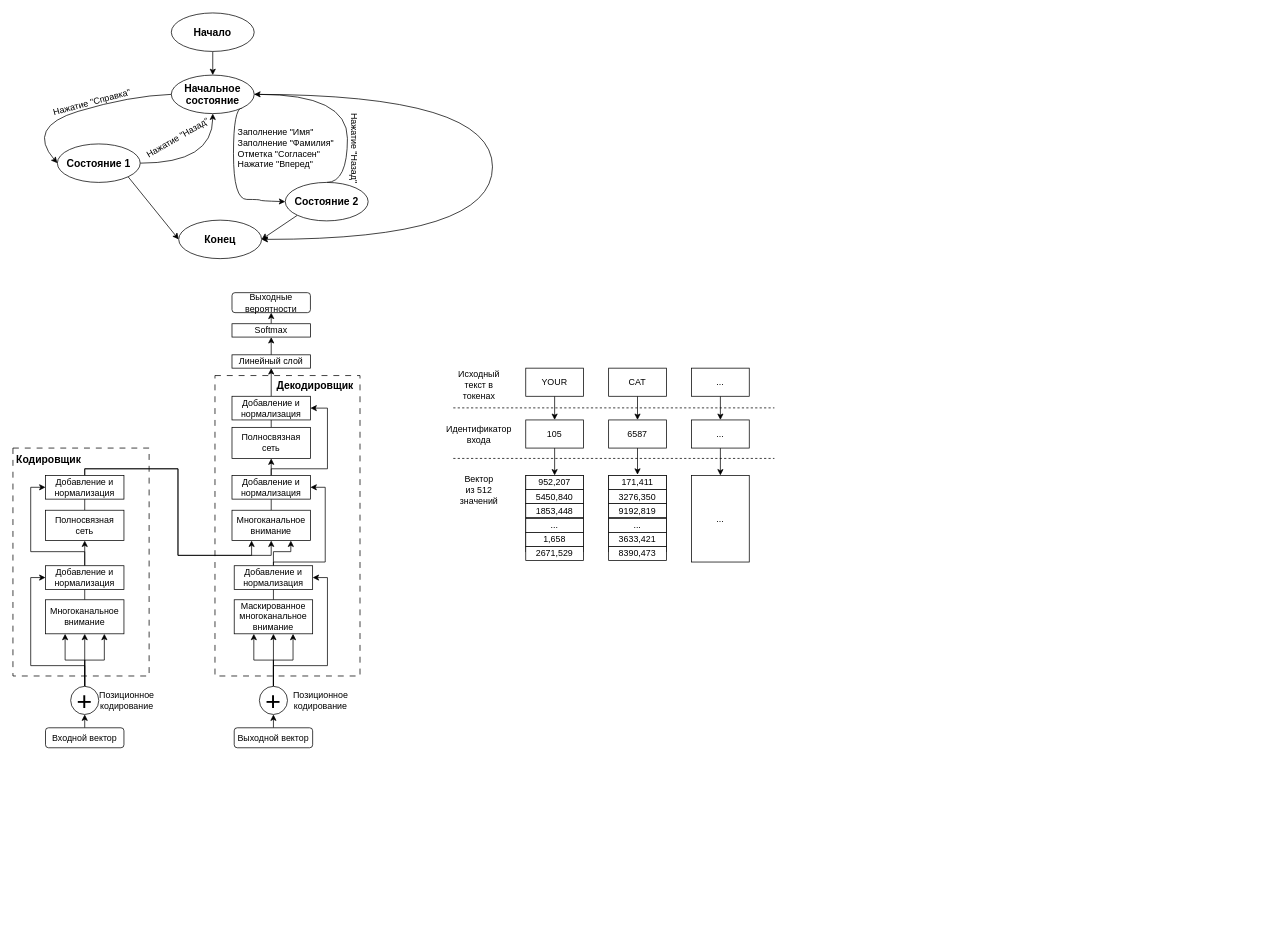
The draw.io diagram page "Page-1" (1 of 4) of Диаграмма без названия.drawio in Djuckman/Compilers2, before the edit. Source tidied: cells renumbered, new cells numbered last; positions are measured from the earlier drawing's top-left corner, leaving out a move shared by most shapes. Both pictures are drawn from the tidied source at 74%, with x=0, y=0 at pixel (13, 13).
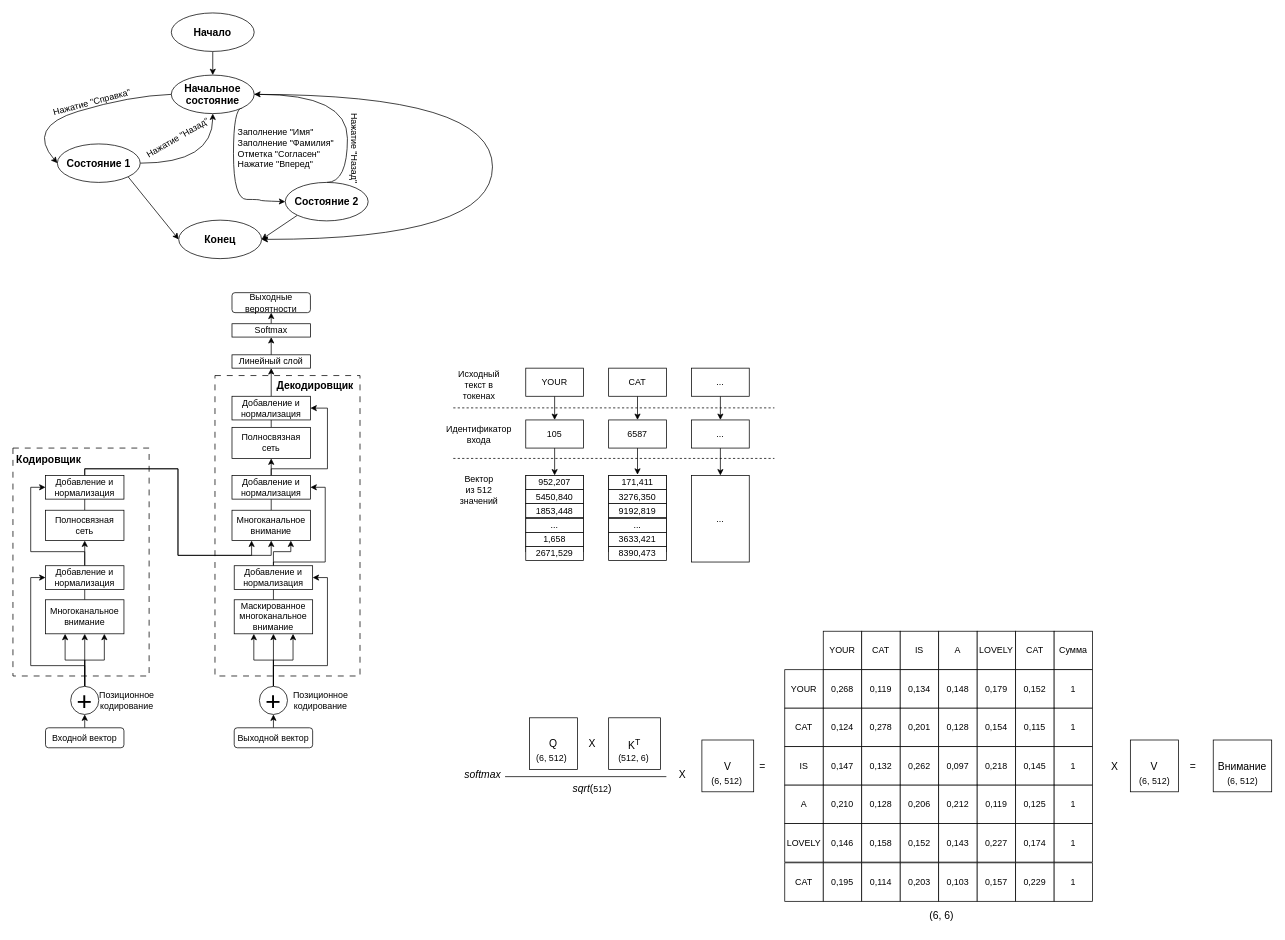
The same page after the edit.

Change to the diagram source:
```diff
@@
+    <mxCell id="102" value="&lt;font style=&quot;font-size: 14px;&quot;&gt;Q&lt;/font&gt;" style="rounded=0;whiteSpace=wrap;html=1;" parent="1" vertex="1">
+      <mxGeometry x="698" y="952.5" width="65" height="70" as="geometry" />
+    </mxCell>
+    <mxCell id="103" value="&lt;font style=&quot;font-size: 14px;&quot;&gt;K&lt;sup&gt;T&lt;/sup&gt;&lt;/font&gt;" style="rounded=0;whiteSpace=wrap;html=1;" parent="1" vertex="1">
+      <mxGeometry x="805" y="952.5" width="70" height="70" as="geometry" />
+    </mxCell>
+    <mxCell id="104" value="&lt;i&gt;&lt;font style=&quot;font-size: 14px;&quot;&gt;softmax&lt;/font&gt;&lt;/i&gt;" style="text;html=1;align=center;verticalAlign=middle;whiteSpace=wrap;rounded=0;" parent="1" vertex="1">
+      <mxGeometry x="605" y="1013.5" width="60" height="30" as="geometry" />
+    </mxCell>
+    <mxCell id="105" style="endArrow=none;html=1;rounded=0;" parent="1" edge="1">
+      <mxGeometry relative="1" as="geometry">
+        <mxPoint x="665" y="1032" as="sourcePoint" />
+        <mxPoint x="883" y="1032" as="targetPoint" />
+      </mxGeometry>
+    </mxCell>
+    <mxCell id="106" value="&lt;font style=&quot;font-size: 12px;&quot;&gt;(6, 512)&lt;/font&gt;" style="text;html=1;align=center;verticalAlign=middle;whiteSpace=wrap;rounded=0;" parent="1" vertex="1">
+      <mxGeometry x="698" y="992.5" width="60" height="30" as="geometry" />
+    </mxCell>
+    <mxCell id="107" value="&lt;font style=&quot;font-size: 12px;&quot;&gt;(512, 6)&lt;/font&gt;" style="text;html=1;align=center;verticalAlign=middle;whiteSpace=wrap;rounded=0;" parent="1" vertex="1">
+      <mxGeometry x="809" y="992.5" width="60" height="30" as="geometry" />
+    </mxCell>
+    <mxCell id="108" value="&lt;font style=&quot;font-size: 14px;&quot;&gt;X&lt;/font&gt;" style="text;html=1;align=center;verticalAlign=middle;whiteSpace=wrap;rounded=0;" parent="1" vertex="1">
+      <mxGeometry x="753" y="973" width="60" height="30" as="geometry" />
+    </mxCell>
+    <mxCell id="109" value="&lt;font style=&quot;font-size: 14px;&quot;&gt;&lt;i&gt;sqrt&lt;/i&gt;(&lt;span style=&quot;font-size: 12px;&quot;&gt;512&lt;/span&gt;)&lt;/font&gt;" style="text;html=1;align=center;verticalAlign=middle;whiteSpace=wrap;rounded=0;" parent="1" vertex="1">
+      <mxGeometry x="753" y="1033" width="60" height="30" as="geometry" />
+    </mxCell>
+    <mxCell id="110" value="&lt;font style=&quot;font-size: 14px;&quot;&gt;=&lt;/font&gt;" style="text;html=1;align=center;verticalAlign=middle;whiteSpace=wrap;rounded=0;" parent="1" vertex="1">
+      <mxGeometry x="983" y="1003" width="60" height="30" as="geometry" />
+    </mxCell>
+    <mxCell id="111" value="YOUR" style="whiteSpace=wrap;html=1;" parent="1" vertex="1">
+      <mxGeometry x="1095" y="835.5" width="52" height="52" as="geometry" />
+    </mxCell>
+    <mxCell id="112" value="CAT" style="whiteSpace=wrap;html=1;" parent="1" vertex="1">
+      <mxGeometry x="1147" y="835.5" width="52" height="52" as="geometry" />
+    </mxCell>
+    <mxCell id="113" value="IS" style="whiteSpace=wrap;html=1;" parent="1" vertex="1">
+      <mxGeometry x="1199" y="835.5" width="52" height="52" as="geometry" />
+    </mxCell>
+    <mxCell id="114" value="A" style="whiteSpace=wrap;html=1;" parent="1" vertex="1">
+      <mxGeometry x="1251" y="835.5" width="52" height="52" as="geometry" />
+    </mxCell>
+    <mxCell id="115" value="LOVELY" style="whiteSpace=wrap;html=1;" parent="1" vertex="1">
+      <mxGeometry x="1303" y="835.5" width="52" height="52" as="geometry" />
+    </mxCell>
+    <mxCell id="116" value="CAT" style="whiteSpace=wrap;html=1;" parent="1" vertex="1">
+      <mxGeometry x="1355" y="835.5" width="52" height="52" as="geometry" />
+    </mxCell>
+    <mxCell id="117" value="Сумма" style="whiteSpace=wrap;html=1;" parent="1" vertex="1">
+      <mxGeometry x="1407" y="835.5" width="52" height="52" as="geometry" />
+    </mxCell>
+    <mxCell id="118" value="YOUR" style="whiteSpace=wrap;html=1;" parent="1" vertex="1">
+      <mxGeometry x="1043" y="887.5" width="52" height="52" as="geometry" />
+    </mxCell>
+    <mxCell id="119" value="0,268" style="whiteSpace=wrap;html=1;" parent="1" vertex="1">
+      <mxGeometry x="1095" y="887.5" width="52" height="52" as="geometry" />
+    </mxCell>
+    <mxCell id="120" value="0,119" style="whiteSpace=wrap;html=1;" parent="1" vertex="1">
+      <mxGeometry x="1147" y="887.5" width="52" height="52" as="geometry" />
+    </mxCell>
+    <mxCell id="121" value="0,134" style="whiteSpace=wrap;html=1;" parent="1" vertex="1">
+      <mxGeometry x="1199" y="887.5" width="52" height="52" as="geometry" />
+    </mxCell>
+    <mxCell id="122" value="0,148" style="whiteSpace=wrap;html=1;" parent="1" vertex="1">
+      <mxGeometry x="1251" y="887.5" width="52" height="52" as="geometry" />
+    </mxCell>
+    <mxCell id="123" value="0,179" style="whiteSpace=wrap;html=1;" parent="1" vertex="1">
+      <mxGeometry x="1303" y="887.5" width="52" height="52" as="geometry" />
+    </mxCell>
+    <mxCell id="124" value="0,152" style="whiteSpace=wrap;html=1;" parent="1" vertex="1">
+      <mxGeometry x="1355" y="887.5" width="52" height="52" as="geometry" />
+    </mxCell>
+    <mxCell id="125" value="1" style="whiteSpace=wrap;html=1;" parent="1" vertex="1">
+      <mxGeometry x="1407" y="887.5" width="52" height="52" as="geometry" />
+    </mxCell>
+    <mxCell id="126" value="CAT" style="whiteSpace=wrap;html=1;" parent="1" vertex="1">
+      <mxGeometry x="1043" y="939.5" width="52" height="52" as="geometry" />
+    </mxCell>
+    <mxCell id="127" value="0,124" style="whiteSpace=wrap;html=1;" parent="1" vertex="1">
+      <mxGeometry x="1095" y="939.5" width="52" height="52" as="geometry" />
+    </mxCell>
+    <mxCell id="128" value="0,278" style="whiteSpace=wrap;html=1;" parent="1" vertex="1">
+      <mxGeometry x="1147" y="939.5" width="52" height="52" as="geometry" />
+    </mxCell>
+    <mxCell id="129" value="0,201" style="whiteSpace=wrap;html=1;" parent="1" vertex="1">
+      <mxGeometry x="1199" y="939.5" width="52" height="52" as="geometry" />
+    </mxCell>
+    <mxCell id="130" value="0,128" style="whiteSpace=wrap;html=1;" parent="1" vertex="1">
+      <mxGeometry x="1251" y="939.5" width="52" height="52" as="geometry" />
+    </mxCell>
+    <mxCell id="131" value="0,154" style="whiteSpace=wrap;html=1;" parent="1" vertex="1">
+      <mxGeometry x="1303" y="939.5" width="52" height="52" as="geometry" />
+    </mxCell>
+    <mxCell id="132" value="0,115" style="whiteSpace=wrap;html=1;" parent="1" vertex="1">
+      <mxGeometry x="1355" y="939.5" width="52" height="52" as="geometry" />
+    </mxCell>
+    <mxCell id="133" value="1" style="whiteSpace=wrap;html=1;" parent="1" vertex="1">
+      <mxGeometry x="1407" y="939.5" width="52" height="52" as="geometry" />
+    </mxCell>
+    <mxCell id="134" value="IS" style="whiteSpace=wrap;html=1;" parent="1" vertex="1">
+      <mxGeometry x="1043" y="991.5" width="52" height="52" as="geometry" />
+    </mxCell>
+    <mxCell id="135" value="0,147" style="whiteSpace=wrap;html=1;" parent="1" vertex="1">
+      <mxGeometry x="1095" y="991.5" width="52" height="52" as="geometry" />
+    </mxCell>
+    <mxCell id="136" value="0,132" style="whiteSpace=wrap;html=1;" parent="1" vertex="1">
+      <mxGeometry x="1147" y="991.5" width="52" height="52" as="geometry" />
+    </mxCell>
+    <mxCell id="137" value="0,262" style="whiteSpace=wrap;html=1;" parent="1" vertex="1">
+      <mxGeometry x="1199" y="991.5" width="52" height="52" as="geometry" />
+    </mxCell>
+    <mxCell id="138" value="0,097" style="whiteSpace=wrap;html=1;" parent="1" vertex="1">
+      <mxGeometry x="1251" y="991.5" width="52" height="52" as="geometry" />
+    </mxCell>
+    <mxCell id="139" value="0,218" style="whiteSpace=wrap;html=1;" parent="1" vertex="1">
+      <mxGeometry x="1303" y="991.5" width="52" height="52" as="geometry" />
+    </mxCell>
+    <mxCell id="140" value="0,145" style="whiteSpace=wrap;html=1;" parent="1" vertex="1">
+      <mxGeometry x="1355" y="991.5" width="52" height="52" as="geometry" />
+    </mxCell>
+    <mxCell id="141" value="1" style="whiteSpace=wrap;html=1;" parent="1" vertex="1">
+      <mxGeometry x="1407" y="991.5" width="52" height="52" as="geometry" />
+    </mxCell>
+    <mxCell id="142" value="A" style="whiteSpace=wrap;html=1;" parent="1" vertex="1">
+      <mxGeometry x="1043" y="1043.5" width="52" height="52" as="geometry" />
+    </mxCell>
+    <mxCell id="143" value="0,210" style="whiteSpace=wrap;html=1;" parent="1" vertex="1">
+      <mxGeometry x="1095" y="1043.5" width="52" height="52" as="geometry" />
+    </mxCell>
+    <mxCell id="144" value="0,128" style="whiteSpace=wrap;html=1;" parent="1" vertex="1">
+      <mxGeometry x="1147" y="1043.5" width="52" height="52" as="geometry" />
+    </mxCell>
+    <mxCell id="145" value="0,206" style="whiteSpace=wrap;html=1;" parent="1" vertex="1">
+      <mxGeometry x="1199" y="1043.5" width="52" height="52" as="geometry" />
+    </mxCell>
+    <mxCell id="146" value="0,212" style="whiteSpace=wrap;html=1;" parent="1" vertex="1">
+      <mxGeometry x="1251" y="1043.5" width="52" height="52" as="geometry" />
+    </mxCell>
+    <mxCell id="147" value="0,119" style="whiteSpace=wrap;html=1;" parent="1" vertex="1">
+      <mxGeometry x="1303" y="1043.5" width="52" height="52" as="geometry" />
+    </mxCell>
+    <mxCell id="148" value="0,125" style="whiteSpace=wrap;html=1;" parent="1" vertex="1">
+      <mxGeometry x="1355" y="1043.5" width="52" height="52" as="geometry" />
+    </mxCell>
+    <mxCell id="149" value="1" style="whiteSpace=wrap;html=1;" parent="1" vertex="1">
+      <mxGeometry x="1407" y="1043.5" width="52" height="52" as="geometry" />
+    </mxCell>
+    <mxCell id="150" value="LOVELY" style="whiteSpace=wrap;html=1;" parent="1" vertex="1">
+      <mxGeometry x="1043" y="1095.5" width="52" height="52" as="geometry" />
+    </mxCell>
+    <mxCell id="151" value="0,146" style="whiteSpace=wrap;html=1;" parent="1" vertex="1">
+      <mxGeometry x="1095" y="1095.5" width="52" height="52" as="geometry" />
+    </mxCell>
+    <mxCell id="152" value="0,158" style="whiteSpace=wrap;html=1;" parent="1" vertex="1">
+      <mxGeometry x="1147" y="1095.5" width="52" height="52" as="geometry" />
+    </mxCell>
+    <mxCell id="153" value="0,152" style="whiteSpace=wrap;html=1;" parent="1" vertex="1">
+      <mxGeometry x="1199" y="1095.5" width="52" height="52" as="geometry" />
+    </mxCell>
+    <mxCell id="154" value="0,143" style="whiteSpace=wrap;html=1;" parent="1" vertex="1">
+      <mxGeometry x="1251" y="1095.5" width="52" height="52" as="geometry" />
+    </mxCell>
+    <mxCell id="155" value="0,227" style="whiteSpace=wrap;html=1;" parent="1" vertex="1">
+      <mxGeometry x="1303" y="1095.5" width="52" height="52" as="geometry" />
+    </mxCell>
+    <mxCell id="156" value="0,174" style="whiteSpace=wrap;html=1;" parent="1" vertex="1">
+      <mxGeometry x="1355" y="1095.5" width="52" height="52" as="geometry" />
+    </mxCell>
+    <mxCell id="157" value="1" style="whiteSpace=wrap;html=1;" parent="1" vertex="1">
+      <mxGeometry x="1407" y="1095.5" width="52" height="52" as="geometry" />
+    </mxCell>
+    <mxCell id="158" value="CAT" style="whiteSpace=wrap;html=1;" parent="1" vertex="1">
+      <mxGeometry x="1043" y="1148.5" width="52" height="52" as="geometry" />
+    </mxCell>
+    <mxCell id="159" value="0,195" style="whiteSpace=wrap;html=1;" parent="1" vertex="1">
+      <mxGeometry x="1095" y="1148.5" width="52" height="52" as="geometry" />
+    </mxCell>
+    <mxCell id="160" value="0,114" style="whiteSpace=wrap;html=1;" parent="1" vertex="1">
+      <mxGeometry x="1147" y="1148.5" width="52" height="52" as="geometry" />
+    </mxCell>
+    <mxCell id="161" value="0,203" style="whiteSpace=wrap;html=1;" parent="1" vertex="1">
+      <mxGeometry x="1199" y="1148.5" width="52" height="52" as="geometry" />
+    </mxCell>
+    <mxCell id="162" value="0,103" style="whiteSpace=wrap;html=1;" parent="1" vertex="1">
+      <mxGeometry x="1251" y="1148.5" width="52" height="52" as="geometry" />
+    </mxCell>
+    <mxCell id="163" value="0,157" style="whiteSpace=wrap;html=1;" parent="1" vertex="1">
+      <mxGeometry x="1303" y="1148.5" width="52" height="52" as="geometry" />
+    </mxCell>
+    <mxCell id="164" value="0,229" style="whiteSpace=wrap;html=1;" parent="1" vertex="1">
+      <mxGeometry x="1355" y="1148.5" width="52" height="52" as="geometry" />
+    </mxCell>
+    <mxCell id="165" value="1" style="whiteSpace=wrap;html=1;" parent="1" vertex="1">
+      <mxGeometry x="1407" y="1148.5" width="52" height="52" as="geometry" />
+    </mxCell>
+    <mxCell id="166" value="&lt;span style=&quot;font-size: 14px;&quot;&gt;V&lt;/span&gt;" style="rounded=0;whiteSpace=wrap;html=1;" parent="1" vertex="1">
+      <mxGeometry x="931" y="982.5" width="70" height="70" as="geometry" />
+    </mxCell>
+    <mxCell id="167" value="&lt;font style=&quot;font-size: 12px;&quot;&gt;(6, 512)&lt;/font&gt;" style="text;html=1;align=center;verticalAlign=middle;whiteSpace=wrap;rounded=0;" parent="1" vertex="1">
+      <mxGeometry x="935" y="1022.5" width="60" height="30" as="geometry" />
+    </mxCell>
+    <mxCell id="168" value="&lt;font style=&quot;font-size: 14px;&quot;&gt;X&lt;/font&gt;" style="text;html=1;align=center;verticalAlign=middle;whiteSpace=wrap;rounded=0;" parent="1" vertex="1">
+      <mxGeometry x="875" y="1013.5" width="60" height="30" as="geometry" />
+    </mxCell>
+    <mxCell id="169" value="&lt;font style=&quot;font-size: 14px;&quot;&gt;X&lt;/font&gt;" style="text;html=1;align=center;verticalAlign=middle;whiteSpace=wrap;rounded=0;" parent="1" vertex="1">
+      <mxGeometry x="1459" y="1002.5" width="60" height="30" as="geometry" />
+    </mxCell>
+    <mxCell id="170" value="&lt;span style=&quot;font-size: 14px;&quot;&gt;V&lt;/span&gt;" style="rounded=0;whiteSpace=wrap;html=1;" parent="1" vertex="1">
+      <mxGeometry x="1510" y="982.5" width="65" height="70" as="geometry" />
+    </mxCell>
+    <mxCell id="171" value="&lt;font style=&quot;font-size: 12px;&quot;&gt;(6, 512)&lt;/font&gt;" style="text;html=1;align=center;verticalAlign=middle;whiteSpace=wrap;rounded=0;" parent="1" vertex="1">
+      <mxGeometry x="1512.5" y="1022.5" width="60" height="30" as="geometry" />
+    </mxCell>
+    <mxCell id="172" value="&lt;font style=&quot;font-size: 14px;&quot;&gt;=&lt;/font&gt;" style="text;html=1;align=center;verticalAlign=middle;whiteSpace=wrap;rounded=0;" parent="1" vertex="1">
+      <mxGeometry x="1564.5" y="1002.5" width="60" height="30" as="geometry" />
+    </mxCell>
+    <mxCell id="173" value="&lt;span style=&quot;font-size: 14px;&quot;&gt;Внимание&lt;/span&gt;" style="rounded=0;whiteSpace=wrap;html=1;" parent="1" vertex="1">
+      <mxGeometry x="1622" y="982.5" width="79" height="70" as="geometry" />
+    </mxCell>
+    <mxCell id="174" value="&lt;font style=&quot;font-size: 12px;&quot;&gt;(6, 512)&lt;/font&gt;" style="text;html=1;align=center;verticalAlign=middle;whiteSpace=wrap;rounded=0;" parent="1" vertex="1">
+      <mxGeometry x="1631.5" y="1022.5" width="60" height="30" as="geometry" />
+    </mxCell>
+    <mxCell id="175" value="&lt;font style=&quot;font-size: 14px;&quot;&gt;(6, 6)&lt;/font&gt;" style="text;html=1;align=center;verticalAlign=middle;whiteSpace=wrap;rounded=0;" parent="1" vertex="1">
+      <mxGeometry x="1225" y="1205" width="60" height="30" as="geometry" />
+    </mxCell>
```
